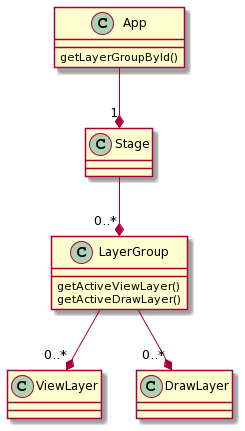
Before: resources/doc/img/classes-layers.png, a diagram exported from PlantUML (ivmartel/dwv). Source of this version:
```plantuml
@startuml
class App {
  getLayerGroupById()
}
class Stage
class LayerGroup {
  getActiveViewLayer()
  getActiveDrawLayer()
}
class ViewLayer
class DrawLayer

App --* "1" Stage
Stage --* "0..*" LayerGroup
LayerGroup --* "0..*" ViewLayer
LayerGroup --* "0..*" DrawLayer
@enduml
```
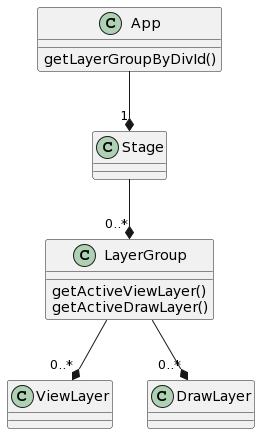
Above is the later version.

The edit, as a diff of the source:
```diff
@@ -1,6 +1,6 @@
 @startuml
 class App {
-  getLayerGroupById()
+  getLayerGroupByDivId()
 }
 class Stage
 class LayerGroup {
```
